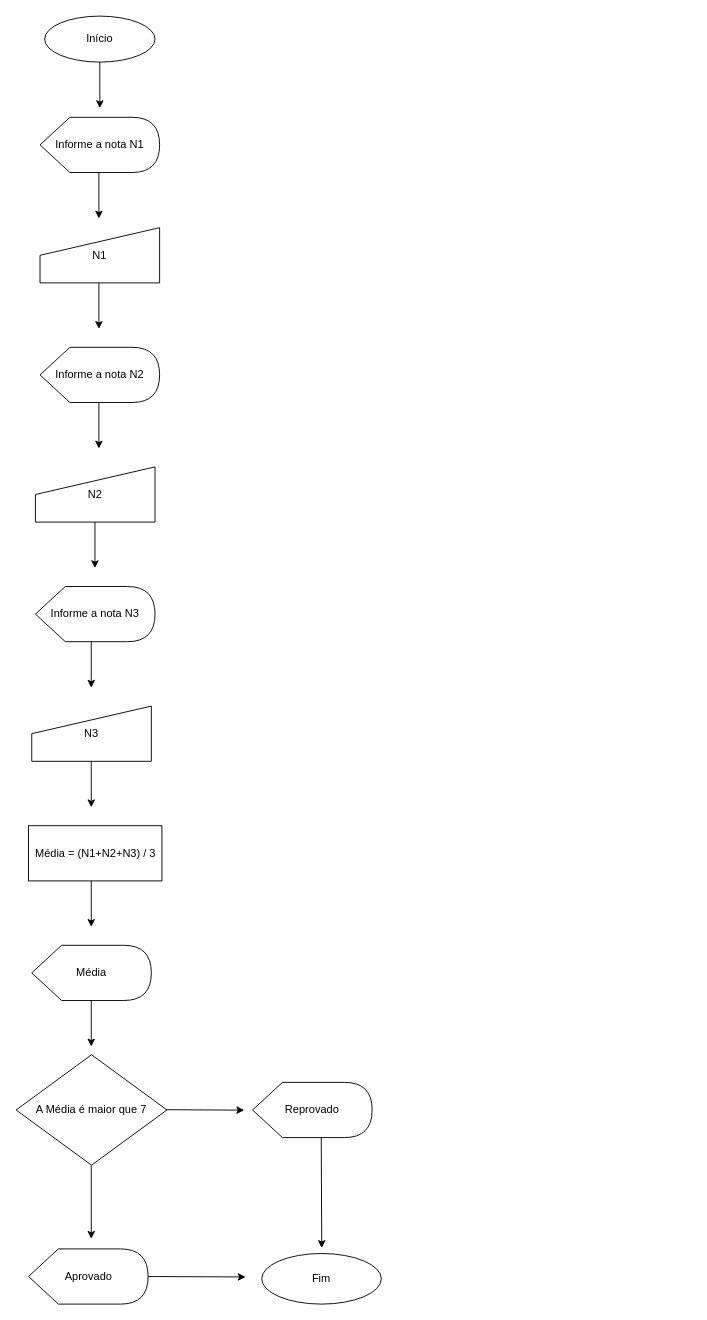
This is 06 - Lógica de programação/Diagrama sem nome.drawio from renato-wessmer/SENAI-Front-End, a draw.io file, before an edit. Source tidied: cells renumbered, new cells numbered last; positions are measured from the earlier drawing's top-left corner, leaving out a move shared by most shapes. Both pictures are drawn from the tidied source at 92%, with x=0, y=0 at pixel (16, 16).
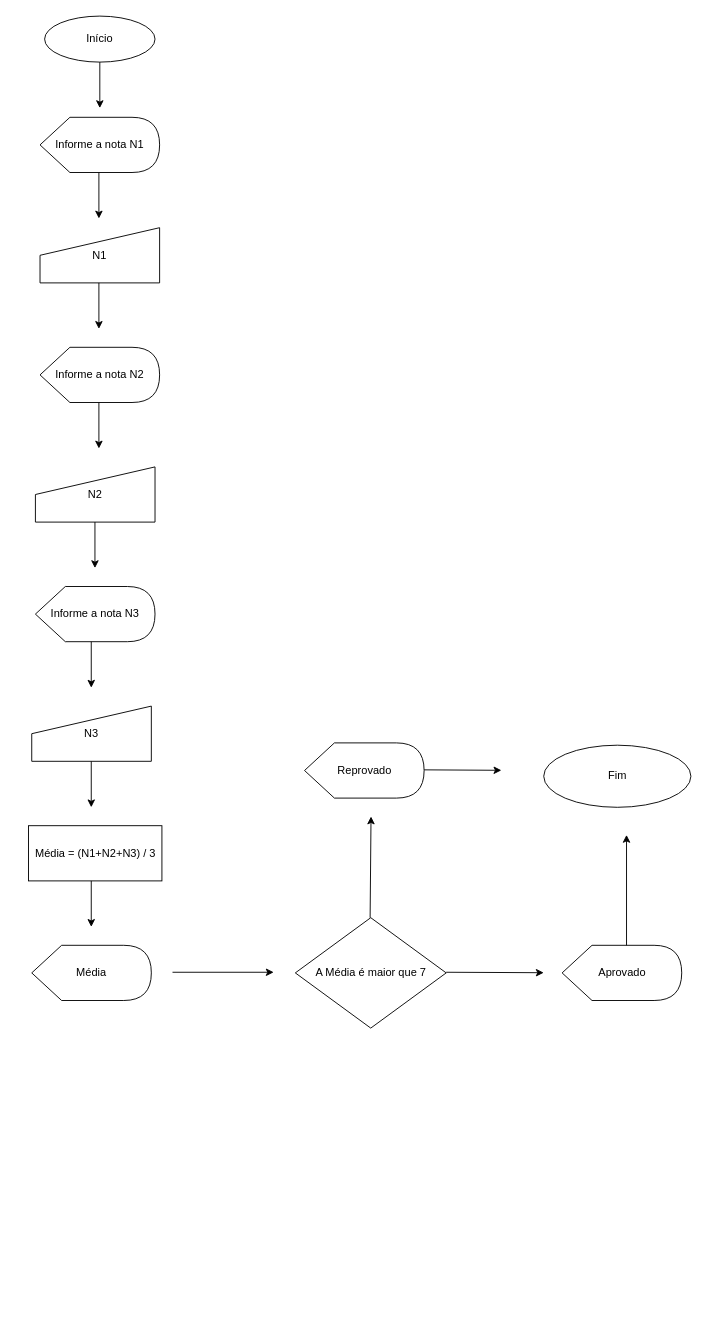
The same page after the edit.

The edit, as a diff of the source:
```diff
@@
     <mxCell id="3" value="Fim" style="ellipse;whiteSpace=wrap;html=1;" parent="1" vertex="1">
-      <mxGeometry x="267" y="1345" width="130" height="55" as="geometry" />
+      <mxGeometry x="573.5" y="792.5" width="160" height="67.5" as="geometry" />
     </mxCell>
@@
     <mxCell id="12" value="A Média é maior que 7" style="rhombus;whiteSpace=wrap;html=1;" parent="1" vertex="1">
-      <mxGeometry y="1129" width="164" height="120" as="geometry" />
+      <mxGeometry x="303.5" y="980" width="164" height="120" as="geometry" />
     </mxCell>
     <mxCell id="13" value="Aprovado" style="shape=display;whiteSpace=wrap;html=1;" parent="1" vertex="1">
-      <mxGeometry x="13.5" y="1340" width="130" height="60" as="geometry" />
+      <mxGeometry x="593.5" y="1010" width="130" height="60" as="geometry" />
     </mxCell>
     <mxCell id="14" value="Reprovado" style="shape=display;whiteSpace=wrap;html=1;" parent="1" vertex="1">
-      <mxGeometry x="257" y="1159" width="130" height="60" as="geometry" />
+      <mxGeometry x="313.5" y="790" width="130" height="60" as="geometry" />
     </mxCell>
     <mxCell id="15" style="endArrow=classic;html=1;rounded=0;" parent="1" edge="1">
       <mxGeometry relative="1" as="geometry">
-        <mxPoint x="164" y="1188.7" as="sourcePoint" />
-        <mxPoint x="248" y="1189.2" as="targetPoint" />
+        <mxPoint x="443.5" y="819.3" as="sourcePoint" />
+        <mxPoint x="527.5" y="819.8" as="targetPoint" />
       </mxGeometry>
     </mxCell>
-    <mxCell id="16" style="endArrow=classic;html=1;rounded=0;" parent="1" edge="1">
-      <mxGeometry relative="1" as="geometry">
-        <mxPoint x="81.7" y="1249" as="sourcePoint" />
-        <mxPoint x="81.7" y="1329" as="targetPoint" />
-      </mxGeometry>
-    </mxCell>
     <mxCell id="17" style="endArrow=classic;html=1;rounded=0;" parent="1" edge="1">
       <mxGeometry relative="1" as="geometry">
-        <mxPoint x="331.7" y="1219" as="sourcePoint" />
-        <mxPoint x="332.2" y="1339" as="targetPoint" />
+        <mxPoint x="384.8" y="980" as="sourcePoint" />
+        <mxPoint x="385.8" y="870" as="targetPoint" />
       </mxGeometry>
     </mxCell>
     <mxCell id="18" style="endArrow=classic;html=1;rounded=0;" parent="1" edge="1">
       <mxGeometry relative="1" as="geometry">
-        <mxPoint x="143.5" y="1370" as="sourcePoint" />
-        <mxPoint x="249.5" y="1370.5" as="targetPoint" />
+        <mxPoint x="467.5" y="1039.3" as="sourcePoint" />
+        <mxPoint x="573.5" y="1039.8" as="targetPoint" />
       </mxGeometry>
     </mxCell>
@@
     <mxCell id="27" style="endArrow=classic;html=1;rounded=0;" parent="1" edge="1">
       <mxGeometry relative="1" as="geometry">
-        <mxPoint x="81.7" y="1070" as="sourcePoint" />
-        <mxPoint x="81.7" y="1120" as="targetPoint" />
+        <mxPoint x="170" y="1039.3" as="sourcePoint" />
+        <mxPoint x="280" y="1039.3" as="targetPoint" />
       </mxGeometry>
     </mxCell>
+    <mxCell id="28" style="endArrow=classic;html=1;rounded=0;" parent="1" edge="1">
+      <mxGeometry relative="1" as="geometry">
+        <mxPoint x="663.5" y="1010" as="sourcePoint" />
+        <mxPoint x="663.5" y="890" as="targetPoint" />
+      </mxGeometry>
+    </mxCell>
```
